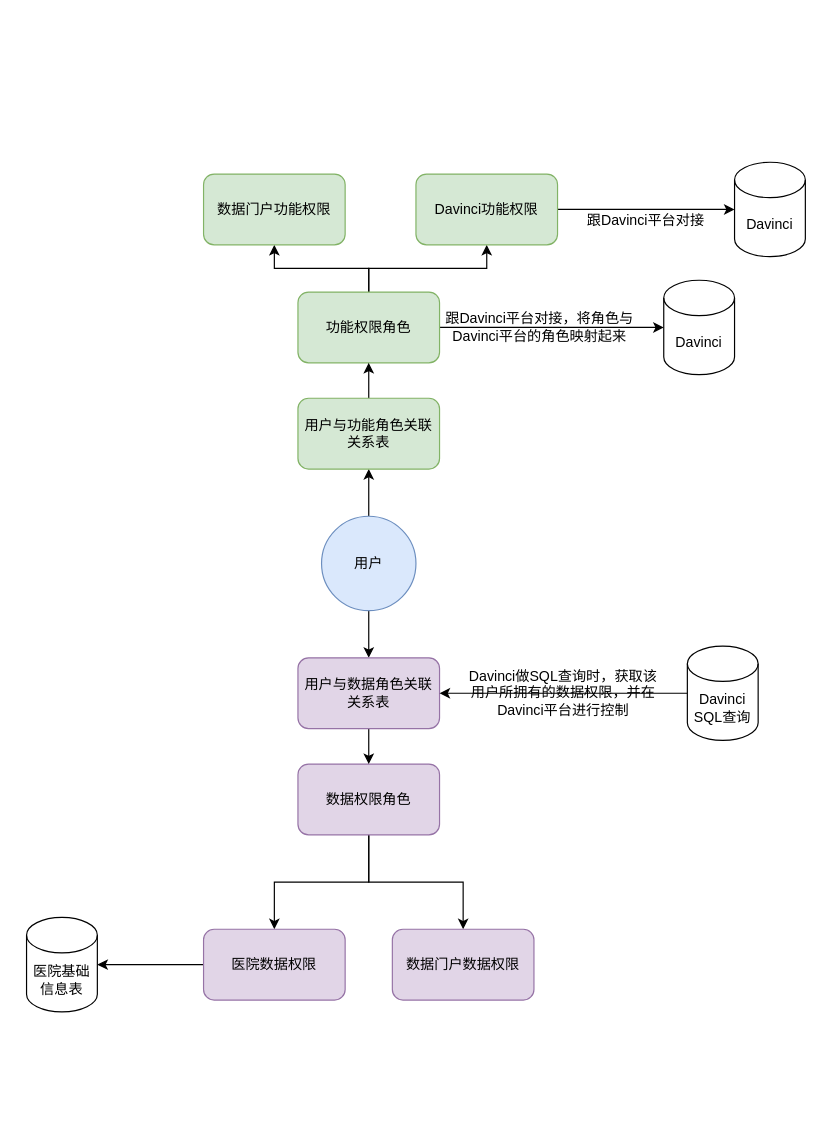
This is page "权限控制" (2 of 2) of pet_data_warehouse/权限设计.drawio from fangzheng0518/draw, a draw.io file, before an edit. Source tidied: cells renumbered, new cells numbered last; positions are measured from the earlier drawing's top-left corner, leaving out a move shared by most shapes. Both pictures are drawn from the tidied source at 118%, with x=0, y=0 at pixel (26, 162).
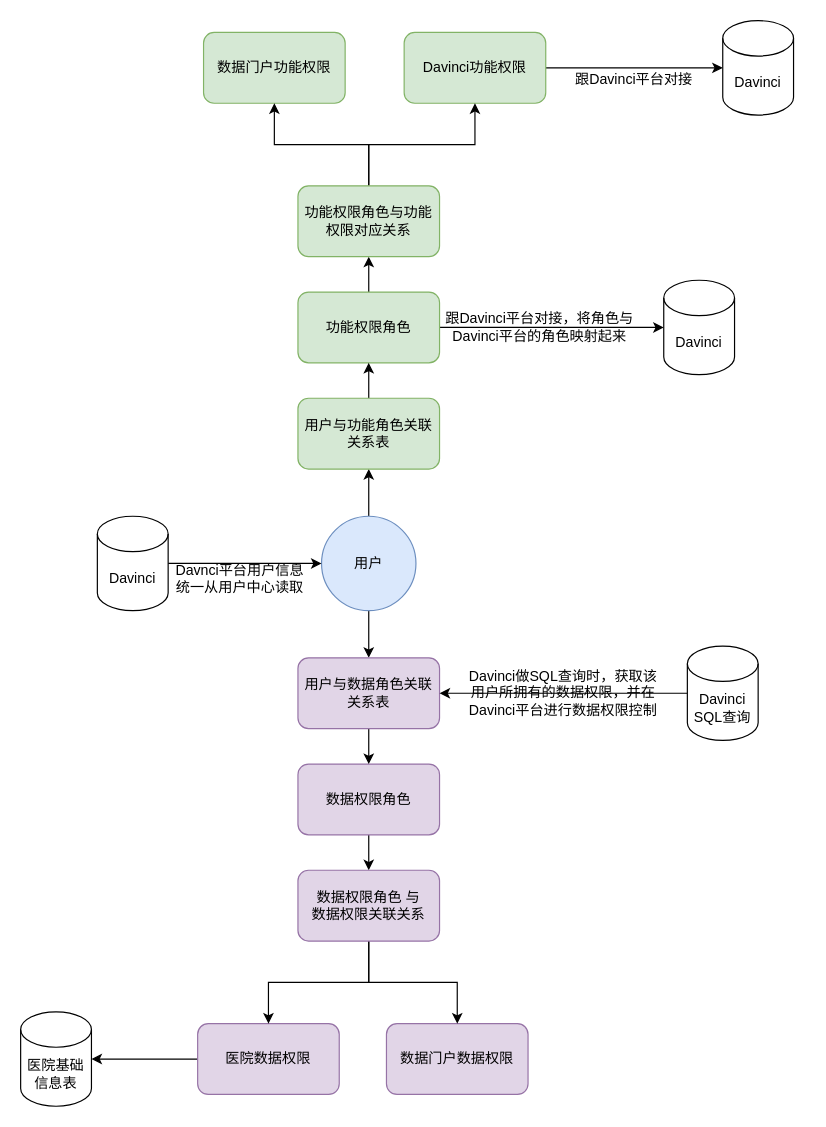
Above is the later version.

Commit message:
更新权限设计.drawio

The change refers to these unchanged cells:
```xml
<mxCell id="4" value="用户" style="ellipse;whiteSpace=wrap;html=1;fillColor=#dae8fc;strokeColor=#6c8ebf;" parent="1" vertex="1">
  <mxGeometry x="250" y="300" width="80" height="80" as="geometry" />
</mxCell>
<mxCell id="8" value="功能权限角色" style="rounded=1;whiteSpace=wrap;html=1;fillColor=#d5e8d4;strokeColor=#82b366;" parent="1" vertex="1">
  <mxGeometry x="230" y="110" width="120" height="60" as="geometry" />
</mxCell>
<mxCell id="12" value="数据权限角色" style="rounded=1;whiteSpace=wrap;html=1;fillColor=#e1d5e7;strokeColor=#9673a6;" parent="1" vertex="1">
  <mxGeometry x="230" y="510" width="120" height="60" as="geometry" />
</mxCell>
```

The edit, as a diff of the source:
```diff
@@
-    <mxCell id="5" style="edgeStyle=orthogonalEdgeStyle;rounded=0;jettySize=auto;html=1;" parent="1" edge="1" source="8" target="9">
-      <mxGeometry relative="1" as="geometry" />
-    </mxCell>
-    <mxCell id="6" style="edgeStyle=orthogonalEdgeStyle;rounded=0;jettySize=auto;html=1;entryX=0.5;entryY=1;entryDx=0;entryDy=0;" parent="1" edge="1" source="8" target="21">
-      <mxGeometry relative="1" as="geometry" />
-    </mxCell>
@@
+    <mxCell id="30" style="edgeStyle=orthogonalEdgeStyle;rounded=0;jettySize=auto;html=1;entryX=0.5;entryY=1;entryDx=0;entryDy=0;" parent="1" edge="1" source="8" target="34">
+      <mxGeometry relative="1" as="geometry" />
+    </mxCell>
@@
     <mxCell id="9" value="数据门户功能权限" style="rounded=1;whiteSpace=wrap;html=1;fillColor=#d5e8d4;strokeColor=#82b366;" parent="1" vertex="1">
-      <mxGeometry x="150" y="10" width="120" height="60" as="geometry" />
+      <mxGeometry x="150" y="-110" width="120" height="60" as="geometry" />
     </mxCell>
-    <mxCell id="10" style="edgeStyle=orthogonalEdgeStyle;rounded=0;jettySize=auto;html=1;entryX=0.5;entryY=0;entryDx=0;entryDy=0;" parent="1" edge="1" source="12" target="14">
-      <mxGeometry relative="1" as="geometry" />
-    </mxCell>
-    <mxCell id="11" style="edgeStyle=orthogonalEdgeStyle;rounded=0;jettySize=auto;html=1;entryX=0.5;entryY=0;entryDx=0;entryDy=0;" parent="1" edge="1" source="12" target="19">
-      <mxGeometry relative="1" as="geometry" />
-    </mxCell>
+    <mxCell id="31" style="edgeStyle=orthogonalEdgeStyle;rounded=0;jettySize=auto;html=1;entryX=0.5;entryY=0;entryDx=0;entryDy=0;" parent="1" edge="1" source="12" target="40">
+      <mxGeometry relative="1" as="geometry" />
+    </mxCell>
@@
     <mxCell id="14" value="医院数据权限" style="rounded=1;whiteSpace=wrap;html=1;fillColor=#e1d5e7;strokeColor=#9673a6;" parent="1" vertex="1">
-      <mxGeometry x="150" y="650" width="120" height="60" as="geometry" />
+      <mxGeometry x="145" y="730" width="120" height="60" as="geometry" />
     </mxCell>
@@
     <mxCell id="19" value="数据门户数据权限" style="rounded=1;whiteSpace=wrap;html=1;fillColor=#e1d5e7;strokeColor=#9673a6;" parent="1" vertex="1">
-      <mxGeometry x="310" y="650" width="120" height="60" as="geometry" />
+      <mxGeometry x="305" y="730" width="120" height="60" as="geometry" />
     </mxCell>
@@
     <mxCell id="21" value="Davinci功能权限" style="rounded=1;whiteSpace=wrap;html=1;fillColor=#d5e8d4;strokeColor=#82b366;" parent="1" vertex="1">
-      <mxGeometry x="330" y="10" width="120" height="60" as="geometry" />
+      <mxGeometry x="320" y="-110" width="120" height="60" as="geometry" />
     </mxCell>
     <mxCell id="22" value="跟Davinci平台对接" style="text;html=1;strokeColor=none;fillColor=none;align=center;verticalAlign=middle;whiteSpace=wrap;rounded=0;" parent="1" vertex="1">
-      <mxGeometry x="460" y="40" width="130" height="20" as="geometry" />
+      <mxGeometry x="450" y="-80" width="130" height="20" as="geometry" />
     </mxCell>
     <mxCell id="23" value="&lt;span&gt;Davinci&lt;/span&gt;" style="shape=cylinder3;whiteSpace=wrap;html=1;boundedLbl=1;backgroundOutline=1;size=15;" parent="1" vertex="1">
-      <mxGeometry x="600" width="60" height="80" as="geometry" />
+      <mxGeometry x="590" y="-120" width="60" height="80" as="geometry" />
     </mxCell>
     <mxCell id="24" value="&lt;span&gt;医院基础信息表&lt;/span&gt;" style="shape=cylinder3;whiteSpace=wrap;html=1;boundedLbl=1;backgroundOutline=1;size=15;" parent="1" vertex="1">
-      <mxGeometry y="640" width="60" height="80" as="geometry" />
+      <mxGeometry x="-5" y="720" width="60" height="80" as="geometry" />
     </mxCell>
@@
-    <mxCell id="29" value="Davinci做SQL查询时，获取该用户所拥有的数据权限，并在Davinci平台进行控制" style="text;html=1;strokeColor=none;fillColor=none;align=center;verticalAlign=middle;whiteSpace=wrap;rounded=0;" parent="1" vertex="1">
+    <mxCell id="29" value="Davinci做SQL查询时，获取该用户所拥有的数据权限，并在Davinci平台进行数据权限控制" style="text;html=1;strokeColor=none;fillColor=none;align=center;verticalAlign=middle;whiteSpace=wrap;rounded=0;" parent="1" vertex="1">
       <mxGeometry x="370" y="440" width="170" height="20" as="geometry" />
     </mxCell>
+    <mxCell id="32" style="edgeStyle=orthogonalEdgeStyle;rounded=0;jettySize=auto;html=1;entryX=0.5;entryY=1;entryDx=0;entryDy=0;" parent="1" edge="1" source="34" target="21">
+      <mxGeometry relative="1" as="geometry" />
+    </mxCell>
+    <mxCell id="33" style="edgeStyle=orthogonalEdgeStyle;rounded=0;jettySize=auto;html=1;entryX=0.5;entryY=1;entryDx=0;entryDy=0;" parent="1" edge="1" source="34" target="9">
+      <mxGeometry relative="1" as="geometry" />
+    </mxCell>
+    <mxCell id="34" value="功能权限角色与功能权限对应关系" style="rounded=1;whiteSpace=wrap;html=1;fillColor=#d5e8d4;strokeColor=#82b366;" parent="1" vertex="1">
+      <mxGeometry x="230" y="20" width="120" height="60" as="geometry" />
+    </mxCell>
+    <mxCell id="35" style="edgeStyle=orthogonalEdgeStyle;rounded=0;jettySize=auto;html=1;entryX=0;entryY=0.5;entryDx=0;entryDy=0;" parent="1" edge="1" source="36" target="4">
+      <mxGeometry relative="1" as="geometry" />
+    </mxCell>
+    <mxCell id="36" value="&lt;span&gt;Davinci&lt;/span&gt;" style="shape=cylinder3;whiteSpace=wrap;html=1;boundedLbl=1;backgroundOutline=1;size=15;" parent="1" vertex="1">
+      <mxGeometry x="60" y="300" width="60" height="80" as="geometry" />
+    </mxCell>
+    <mxCell id="37" value="Davnci平台用户信息&lt;br&gt;统一从用户中心读取" style="text;html=1;strokeColor=none;fillColor=none;align=center;verticalAlign=middle;whiteSpace=wrap;rounded=0;" parent="1" vertex="1">
+      <mxGeometry x="121" y="343" width="120" height="20" as="geometry" />
+    </mxCell>
+    <mxCell id="38" style="edgeStyle=orthogonalEdgeStyle;rounded=0;jettySize=auto;html=1;entryX=0.5;entryY=0;entryDx=0;entryDy=0;" parent="1" edge="1" source="40" target="14">
+      <mxGeometry relative="1" as="geometry" />
+    </mxCell>
+    <mxCell id="39" style="edgeStyle=orthogonalEdgeStyle;rounded=0;jettySize=auto;html=1;entryX=0.5;entryY=0;entryDx=0;entryDy=0;" parent="1" edge="1" source="40" target="19">
+      <mxGeometry relative="1" as="geometry" />
+    </mxCell>
+    <mxCell id="40" value="数据权限角色 与&lt;br&gt;数据权限关联关系" style="rounded=1;whiteSpace=wrap;html=1;fillColor=#e1d5e7;strokeColor=#9673a6;" parent="1" vertex="1">
+      <mxGeometry x="230" y="600" width="120" height="60" as="geometry" />
+    </mxCell>
```
